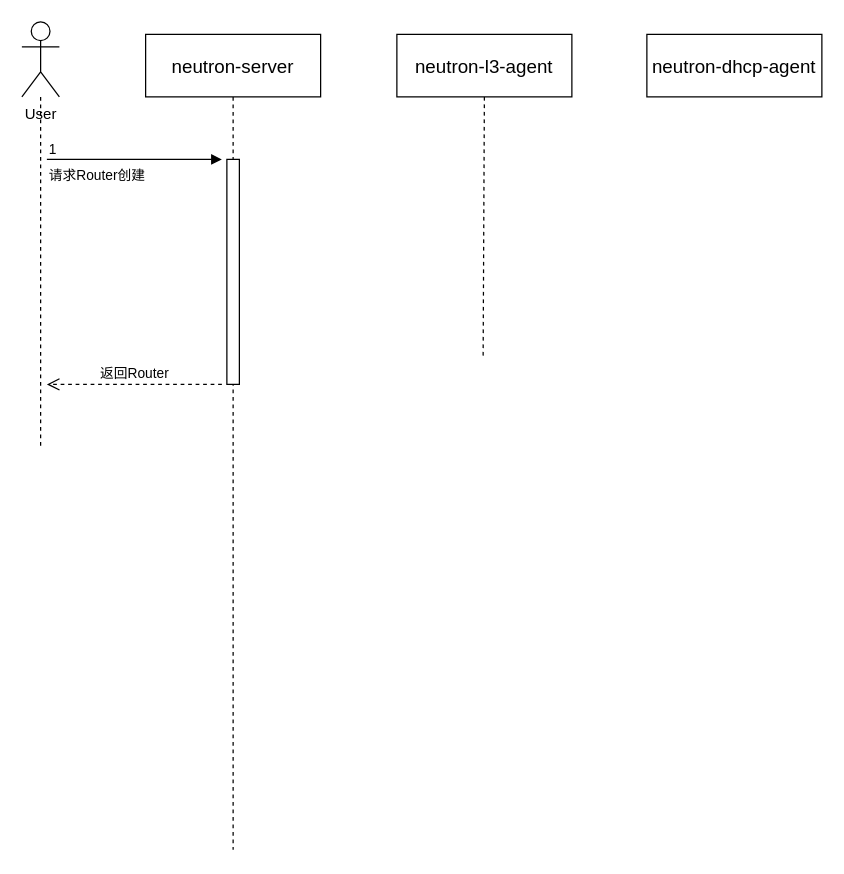
This is page "Router创建流程" (6 of 7) of openstack.drawio from wangkuntian/draw, a draw.io file, before an edit. Source tidied: cells renumbered, new cells numbered last; positions are measured from the earlier drawing's top-left corner, leaving out a move shared by most shapes. Both pictures are drawn from the tidied source at 125%, with x=0, y=0 at pixel (21, 21).
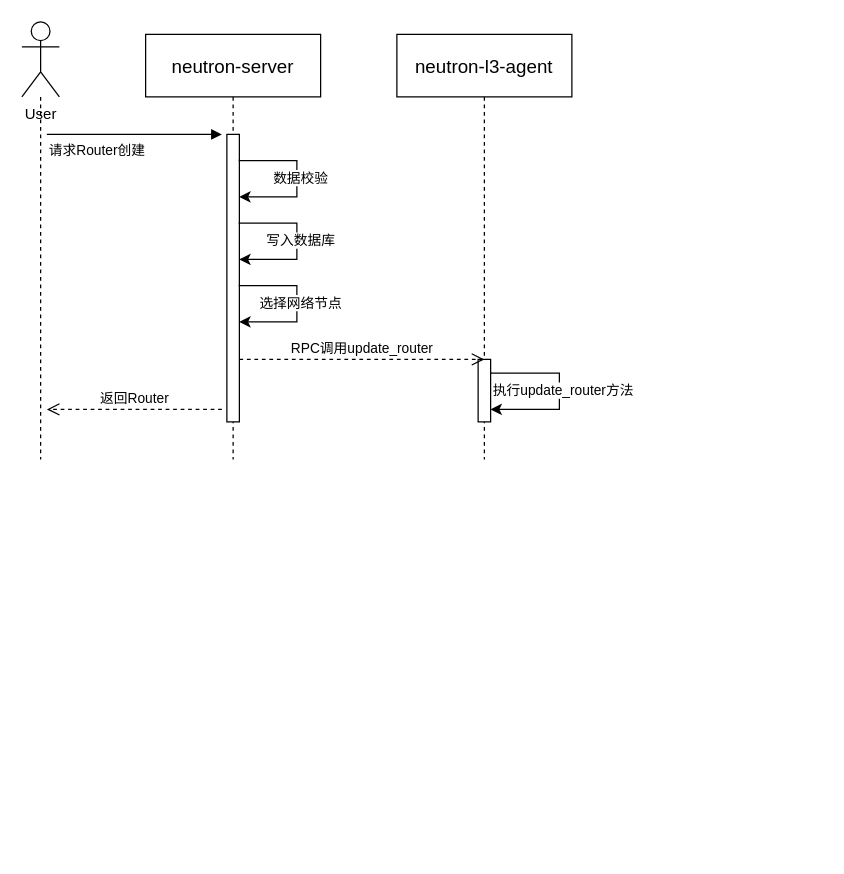
Above is the later version.

The change refers to these unchanged cells:
```xml
<mxCell id="3" value="User" style="shape=umlActor;verticalLabelPosition=bottom;verticalAlign=top;html=1;" parent="1" vertex="1">
  <mxGeometry width="30" height="60" as="geometry" />
</mxCell>
<mxCell id="5" value="neutron-server" style="html=1;whiteSpace=wrap;fontSize=15;" parent="1" vertex="1">
  <mxGeometry x="99" y="10" width="140" height="50" as="geometry" />
</mxCell>
<mxCell id="7" value="neutron-l3-agent" style="html=1;whiteSpace=wrap;fontSize=15;" parent="1" vertex="1">
  <mxGeometry x="300" y="10" width="140" height="50" as="geometry" />
</mxCell>
```

The edit, as a diff of the source:
```diff
@@
     <mxCell id="2" style="rounded=0;jettySize=auto;html=1;dashed=1;startArrow=none;startFill=0;endArrow=none;endFill=0;" parent="1" edge="1" source="3">
       <mxGeometry relative="1" as="geometry">
-        <mxPoint x="15" y="340" as="targetPoint" />
+        <mxPoint x="15" y="350" as="targetPoint" />
+        <Array as="points">
+          <mxPoint x="15" y="350" />
+        </Array>
       </mxGeometry>
     </mxCell>
@@
     <mxCell id="4" style="rounded=0;jettySize=auto;html=1;dashed=1;startArrow=none;startFill=0;endArrow=none;endFill=0;" parent="1" edge="1" source="5">
       <mxGeometry relative="1" as="geometry">
-        <mxPoint x="169" y="662.3" as="targetPoint" />
+        <mxPoint x="169" y="350" as="targetPoint" />
         <Array as="points">
-          <mxPoint x="169" y="260" />
+          <mxPoint x="169" y="240" />
         </Array>
       </mxGeometry>
     </mxCell>
@@
-    <mxCell id="6" style="rounded=0;jettySize=auto;html=1;exitX=0.5;exitY=1;exitDx=0;exitDy=0;dashed=1;startArrow=none;startFill=0;endArrow=none;endFill=0;" parent="1" edge="1" source="7">
-      <mxGeometry relative="1" as="geometry">
-        <mxPoint x="369" y="270" as="targetPoint" />
-      </mxGeometry>
-    </mxCell>
@@
     <mxCell id="8" value="请求Router创建&amp;nbsp;" style="endArrow=block;endFill=1;html=1;edgeStyle=orthogonalEdgeStyle;align=left;verticalAlign=top;rounded=0;" parent="1" edge="1">
       <mxGeometry x="-1" relative="1" as="geometry">
-        <mxPoint x="20" y="110" as="sourcePoint" />
-        <mxPoint x="160" y="110" as="targetPoint" />
+        <mxPoint x="20" y="90" as="sourcePoint" />
+        <mxPoint x="160" y="90" as="targetPoint" />
       </mxGeometry>
     </mxCell>
-    <mxCell id="9" value="1" style="edgeLabel;html=1;align=left;verticalAlign=bottom;" parent="8" vertex="1">
-      <mxGeometry x="-1" relative="1" as="geometry" />
-    </mxCell>
     <mxCell id="10" style="html=1;points=[];perimeter=orthogonalPerimeter;outlineConnect=0;targetShapes=umlLifeline;portConstraint=eastwest;newEdgeStyle={&quot;edgeStyle&quot;:&quot;elbowEdgeStyle&quot;,&quot;elbow&quot;:&quot;vertical&quot;,&quot;curved&quot;:0,&quot;rounded&quot;:0};" parent="1" vertex="1">
-      <mxGeometry x="164" y="110" width="10" height="180" as="geometry" />
+      <mxGeometry x="164" y="90" width="10" height="230" as="geometry" />
     </mxCell>
     <mxCell id="11" value="返回Router" style="html=1;verticalAlign=bottom;endArrow=open;dashed=1;endSize=8;edgeStyle=elbowEdgeStyle;elbow=vertical;curved=0;rounded=0;" parent="1" edge="1">
       <mxGeometry relative="1" as="geometry">
-        <mxPoint x="160" y="290" as="sourcePoint" />
-        <mxPoint x="20" y="290" as="targetPoint" />
+        <mxPoint x="160" y="310" as="sourcePoint" />
+        <mxPoint x="20" y="310" as="targetPoint" />
       </mxGeometry>
     </mxCell>
-    <mxCell id="12" value="neutron-dhcp-agent" style="html=1;whiteSpace=wrap;fontSize=15;" parent="1" vertex="1">
-      <mxGeometry x="500" y="10" width="140" height="50" as="geometry" />
-    </mxCell>
+    <mxCell id="13" style="endArrow=classic;html=1;rounded=0;edgeStyle=orthogonalEdgeStyle;" parent="1" edge="1" target="10">
+      <mxGeometry relative="1" as="geometry">
+        <mxPoint x="174" y="110" as="sourcePoint" />
+        <Array as="points">
+          <mxPoint x="174" y="111" />
+          <mxPoint x="220" y="111" />
+          <mxPoint x="220" y="140" />
+        </Array>
+      </mxGeometry>
+    </mxCell>
+    <mxCell id="14" value="数据校验" style="edgeLabel;html=1;align=center;verticalAlign=middle;" parent="13" vertex="1">
+      <mxGeometry x="-0.02" y="2" relative="1" as="geometry" />
+    </mxCell>
+    <mxCell id="15" style="endArrow=classic;html=1;rounded=0;edgeStyle=orthogonalEdgeStyle;" parent="1" edge="1">
+      <mxGeometry relative="1" as="geometry">
+        <mxPoint x="174" y="160" as="sourcePoint" />
+        <mxPoint x="174" y="190" as="targetPoint" />
+        <Array as="points">
+          <mxPoint x="174" y="161" />
+          <mxPoint x="220" y="161" />
+          <mxPoint x="220" y="190" />
+        </Array>
+      </mxGeometry>
+    </mxCell>
+    <mxCell id="16" value="写入数据库" style="edgeLabel;html=1;align=center;verticalAlign=middle;" parent="15" vertex="1">
+      <mxGeometry x="-0.02" y="2" relative="1" as="geometry" />
+    </mxCell>
+    <mxCell id="17" style="endArrow=classic;html=1;rounded=0;edgeStyle=orthogonalEdgeStyle;" parent="1" edge="1">
+      <mxGeometry relative="1" as="geometry">
+        <mxPoint x="174" y="210" as="sourcePoint" />
+        <mxPoint x="174" y="240" as="targetPoint" />
+        <Array as="points">
+          <mxPoint x="174" y="211" />
+          <mxPoint x="220" y="211" />
+          <mxPoint x="220" y="240" />
+        </Array>
+      </mxGeometry>
+    </mxCell>
+    <mxCell id="18" value="选择网络节点" style="edgeLabel;html=1;align=center;verticalAlign=middle;" parent="17" vertex="1">
+      <mxGeometry x="-0.02" y="2" relative="1" as="geometry" />
+    </mxCell>
+    <mxCell id="19" style="rounded=0;jettySize=auto;html=1;exitX=0.5;exitY=1;exitDx=0;exitDy=0;dashed=1;startArrow=none;startFill=0;endArrow=none;endFill=0;" parent="1" edge="1" source="7">
+      <mxGeometry relative="1" as="geometry">
+        <mxPoint x="370" y="350" as="targetPoint" />
+      </mxGeometry>
+    </mxCell>
+    <mxCell id="20" style="html=1;perimeter=orthogonalPerimeter;targetShapes=umlLifeline;newEdgeStyle={&quot;edgeStyle&quot;:&quot;elbowEdgeStyle&quot;,&quot;elbow&quot;:&quot;vertical&quot;,&quot;curved&quot;:0,&quot;rounded&quot;:0};" parent="1" vertex="1">
+      <mxGeometry x="365" y="270" width="10" height="50" as="geometry" />
+    </mxCell>
+    <mxCell id="21" value="RPC调用update_router" style="html=1;verticalAlign=bottom;endArrow=open;dashed=1;endSize=8;edgeStyle=elbowEdgeStyle;elbow=vertical;curved=0;rounded=0;" parent="1" edge="1">
+      <mxGeometry relative="1" as="geometry">
+        <mxPoint x="174" y="270" as="sourcePoint" />
+        <mxPoint x="370" y="270" as="targetPoint" />
+      </mxGeometry>
+    </mxCell>
+    <mxCell id="22" style="endArrow=classic;html=1;rounded=0;edgeStyle=orthogonalEdgeStyle;" parent="1" edge="1">
+      <mxGeometry relative="1" as="geometry">
+        <mxPoint x="375" y="280" as="sourcePoint" />
+        <mxPoint x="375" y="310" as="targetPoint" />
+        <Array as="points">
+          <mxPoint x="375" y="281" />
+          <mxPoint x="430" y="281" />
+          <mxPoint x="430" y="310" />
+        </Array>
+      </mxGeometry>
+    </mxCell>
+    <mxCell id="23" value="执行update_router方法" style="edgeLabel;html=1;align=center;verticalAlign=middle;" parent="22" vertex="1">
+      <mxGeometry x="-0.02" y="2" relative="1" as="geometry" />
+    </mxCell>
```
